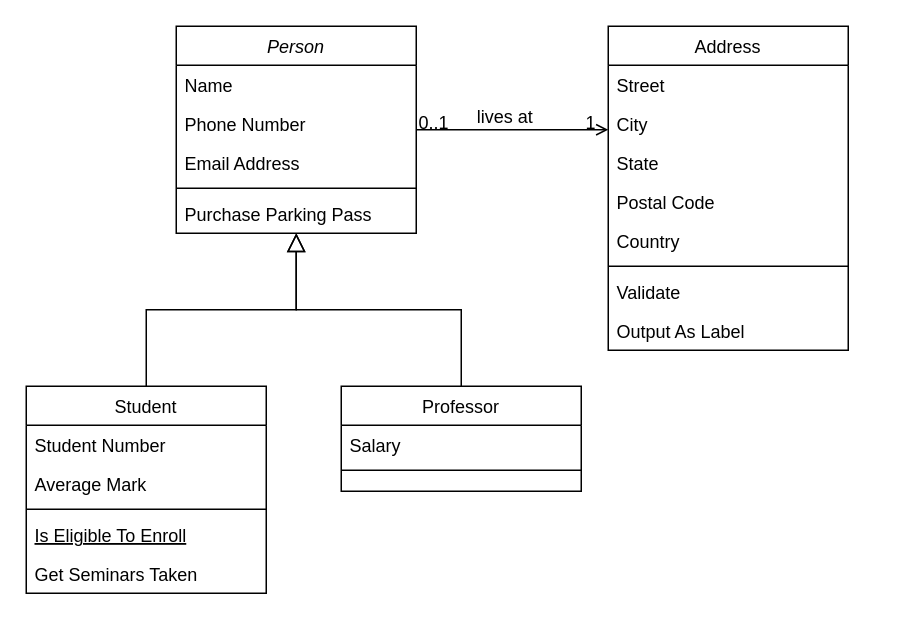
The draw.io diagram JoYa.drawio in JawherBenjeddou/Joya_Diagram, before the edit. Source tidied: cells renumbered, new cells numbered last; positions are measured from the earlier drawing's top-left corner, leaving out a move shared by most shapes. Both pictures are drawn from the tidied source at 150%, with x=0, y=0 at pixel (26, 26).
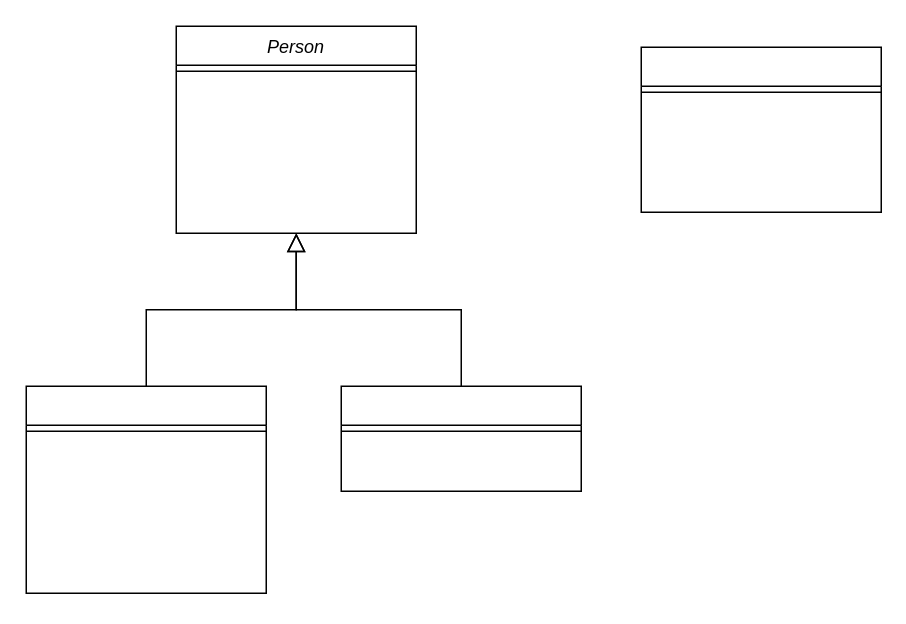
The same page after the edit.

The change refers to these unchanged cells:
```xml
<mxCell id="2" value="Person" style="swimlane;fontStyle=2;align=center;verticalAlign=top;horizontal=1;startSize=26;rounded=0;shadow=0;strokeWidth=1;" parent="1" vertex="1">
  <mxGeometry x="100" width="160" height="138" as="geometry" />
</mxCell>
```

Change to the diagram source:
```diff
@@
-    <mxCell id="3" value="Name" style="text;align=left;verticalAlign=top;spacingLeft=4;spacingRight=4;overflow=hidden;" parent="2" vertex="1">
-      <mxGeometry y="26" width="160" height="26" as="geometry" />
-    </mxCell>
-    <mxCell id="4" value="Phone Number" style="text;align=left;verticalAlign=top;spacingLeft=4;spacingRight=4;overflow=hidden;rounded=0;shadow=0;html=0;" parent="2" vertex="1">
-      <mxGeometry y="52" width="160" height="26" as="geometry" />
-    </mxCell>
-    <mxCell id="5" value="Email Address" style="text;align=left;verticalAlign=top;spacingLeft=4;spacingRight=4;overflow=hidden;rounded=0;shadow=0;html=0;" parent="2" vertex="1">
-      <mxGeometry y="78" width="160" height="26" as="geometry" />
-    </mxCell>
     <mxCell id="6" style="line;html=1;strokeWidth=1;align=left;verticalAlign=middle;spacingTop=-1;spacingLeft=3;spacingRight=3;labelPosition=right;" parent="2" vertex="1">
-      <mxGeometry y="104" width="160" height="8" as="geometry" />
+      <mxGeometry y="26" width="160" height="8" as="geometry" />
     </mxCell>
-    <mxCell id="7" value="Purchase Parking Pass" style="text;align=left;verticalAlign=top;spacingLeft=4;spacingRight=4;overflow=hidden;" parent="2" vertex="1">
-      <mxGeometry y="112" width="160" height="26" as="geometry" />
-    </mxCell>
-    <mxCell id="8" value="Student" style="swimlane;fontStyle=0;align=center;verticalAlign=top;horizontal=1;startSize=26;rounded=0;shadow=0;strokeWidth=1;" parent="1" vertex="1">
+    <mxCell id="8" style="swimlane;fontStyle=0;align=center;verticalAlign=top;horizontal=1;startSize=26;rounded=0;shadow=0;strokeWidth=1;" parent="1" vertex="1">
       <mxGeometry y="240" width="160" height="138" as="geometry" />
     </mxCell>
-    <mxCell id="9" value="Student Number" style="text;align=left;verticalAlign=top;spacingLeft=4;spacingRight=4;overflow=hidden;" parent="8" vertex="1">
-      <mxGeometry y="26" width="160" height="26" as="geometry" />
-    </mxCell>
-    <mxCell id="10" value="Average Mark" style="text;align=left;verticalAlign=top;spacingLeft=4;spacingRight=4;overflow=hidden;rounded=0;shadow=0;html=0;" parent="8" vertex="1">
-      <mxGeometry y="52" width="160" height="26" as="geometry" />
-    </mxCell>
     <mxCell id="11" style="line;html=1;strokeWidth=1;align=left;verticalAlign=middle;spacingTop=-1;spacingLeft=3;spacingRight=3;labelPosition=right;" parent="8" vertex="1">
-      <mxGeometry y="78" width="160" height="8" as="geometry" />
+      <mxGeometry y="26" width="160" height="8" as="geometry" />
     </mxCell>
-    <mxCell id="12" value="Is Eligible To Enroll" style="text;align=left;verticalAlign=top;spacingLeft=4;spacingRight=4;overflow=hidden;fontStyle=4;" parent="8" vertex="1">
-      <mxGeometry y="86" width="160" height="26" as="geometry" />
-    </mxCell>
-    <mxCell id="13" value="Get Seminars Taken" style="text;align=left;verticalAlign=top;spacingLeft=4;spacingRight=4;overflow=hidden;" parent="8" vertex="1">
-      <mxGeometry y="112" width="160" height="26" as="geometry" />
-    </mxCell>
@@
-    <mxCell id="15" value="Professor" style="swimlane;fontStyle=0;align=center;verticalAlign=top;horizontal=1;startSize=26;rounded=0;shadow=0;strokeWidth=1;" parent="1" vertex="1">
+    <mxCell id="15" style="swimlane;fontStyle=0;align=center;verticalAlign=top;horizontal=1;startSize=26;rounded=0;shadow=0;strokeWidth=1;" parent="1" vertex="1">
       <mxGeometry x="210" y="240" width="160" height="70" as="geometry" />
     </mxCell>
-    <mxCell id="16" value="Salary" style="text;align=left;verticalAlign=top;spacingLeft=4;spacingRight=4;overflow=hidden;" parent="15" vertex="1">
-      <mxGeometry y="26" width="160" height="26" as="geometry" />
-    </mxCell>
     <mxCell id="17" style="line;html=1;strokeWidth=1;align=left;verticalAlign=middle;spacingTop=-1;spacingLeft=3;spacingRight=3;labelPosition=right;" parent="15" vertex="1">
-      <mxGeometry y="52" width="160" height="8" as="geometry" />
+      <mxGeometry y="26" width="160" height="8" as="geometry" />
     </mxCell>
@@
-    <mxCell id="19" value="Address" style="swimlane;fontStyle=0;align=center;verticalAlign=top;horizontal=1;startSize=26;rounded=0;shadow=0;strokeWidth=1;" parent="1" vertex="1">
-      <mxGeometry x="388" width="160" height="216" as="geometry" />
+    <mxCell id="19" style="swimlane;fontStyle=0;align=center;verticalAlign=top;horizontal=1;startSize=26;rounded=0;shadow=0;strokeWidth=1;" parent="1" vertex="1">
+      <mxGeometry x="410" y="14" width="160" height="110" as="geometry" />
     </mxCell>
-    <mxCell id="20" value="Street" style="text;align=left;verticalAlign=top;spacingLeft=4;spacingRight=4;overflow=hidden;" parent="19" vertex="1">
-      <mxGeometry y="26" width="160" height="26" as="geometry" />
-    </mxCell>
-    <mxCell id="21" value="City" style="text;align=left;verticalAlign=top;spacingLeft=4;spacingRight=4;overflow=hidden;rounded=0;shadow=0;html=0;" parent="19" vertex="1">
-      <mxGeometry y="52" width="160" height="26" as="geometry" />
-    </mxCell>
-    <mxCell id="22" value="State" style="text;align=left;verticalAlign=top;spacingLeft=4;spacingRight=4;overflow=hidden;rounded=0;shadow=0;html=0;" parent="19" vertex="1">
-      <mxGeometry y="78" width="160" height="26" as="geometry" />
-    </mxCell>
-    <mxCell id="23" value="Postal Code" style="text;align=left;verticalAlign=top;spacingLeft=4;spacingRight=4;overflow=hidden;rounded=0;shadow=0;html=0;" parent="19" vertex="1">
-      <mxGeometry y="104" width="160" height="26" as="geometry" />
-    </mxCell>
-    <mxCell id="24" value="Country" style="text;align=left;verticalAlign=top;spacingLeft=4;spacingRight=4;overflow=hidden;rounded=0;shadow=0;html=0;" parent="19" vertex="1">
-      <mxGeometry y="130" width="160" height="26" as="geometry" />
-    </mxCell>
     <mxCell id="25" style="line;html=1;strokeWidth=1;align=left;verticalAlign=middle;spacingTop=-1;spacingLeft=3;spacingRight=3;labelPosition=right;" parent="19" vertex="1">
-      <mxGeometry y="156" width="160" height="8" as="geometry" />
+      <mxGeometry y="26" width="160" height="8" as="geometry" />
     </mxCell>
-    <mxCell id="26" value="Validate" style="text;align=left;verticalAlign=top;spacingLeft=4;spacingRight=4;overflow=hidden;" parent="19" vertex="1">
-      <mxGeometry y="164" width="160" height="26" as="geometry" />
-    </mxCell>
-    <mxCell id="27" value="Output As Label" style="text;align=left;verticalAlign=top;spacingLeft=4;spacingRight=4;overflow=hidden;" parent="19" vertex="1">
-      <mxGeometry y="190" width="160" height="26" as="geometry" />
-    </mxCell>
-    <mxCell id="28" style="endArrow=open;shadow=0;strokeWidth=1;rounded=0;curved=0;endFill=1;edgeStyle=elbowEdgeStyle;elbow=vertical;" parent="1" edge="1" source="2" target="19">
-      <mxGeometry x="0.5" y="41" relative="1" as="geometry">
-        <mxPoint x="-40" y="32" as="offset" />
-      </mxGeometry>
-    </mxCell>
-    <mxCell id="29" value="0..1" style="align=left;verticalAlign=bottom;labelBackgroundColor=none;fontSize=12;" parent="28" vertex="1">
-      <mxGeometry x="-1" relative="1" as="geometry">
-        <mxPoint y="4" as="offset" />
-      </mxGeometry>
-    </mxCell>
-    <mxCell id="30" value="1" style="align=right;verticalAlign=bottom;labelBackgroundColor=none;fontSize=12;" parent="28" vertex="1">
-      <mxGeometry x="1" relative="1" as="geometry">
-        <mxPoint x="-7" y="4" as="offset" />
-      </mxGeometry>
-    </mxCell>
-    <mxCell id="31" value="lives at" style="text;html=1;align=center;verticalAlign=middle;labelBackgroundColor=none;rounded=0;shadow=0;strokeWidth=1;fontSize=12;" parent="28" vertex="1">
-      <mxGeometry x="0.5" y="49" relative="1" as="geometry">
-        <mxPoint x="-38" y="40" as="offset" />
-      </mxGeometry>
-    </mxCell>
```
